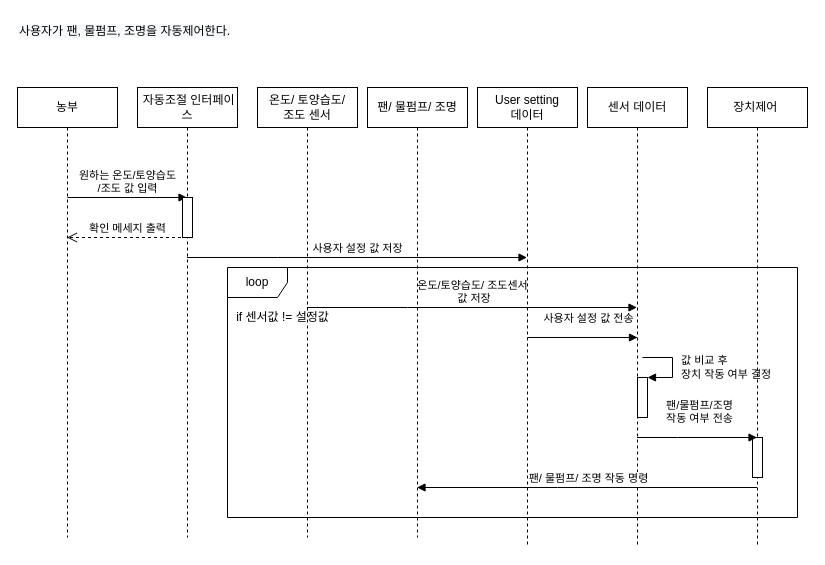
The draw.io diagram 5주차/auto_sqd.drawio in sonmyungwon/Software-Development, before the edit. Source tidied: cells renumbered, new cells numbered last; positions are measured from the earlier drawing's top-left corner, leaving out a move shared by most shapes. Both pictures are drawn from the tidied source at 100%, with x=0, y=0 at pixel (17, 17).
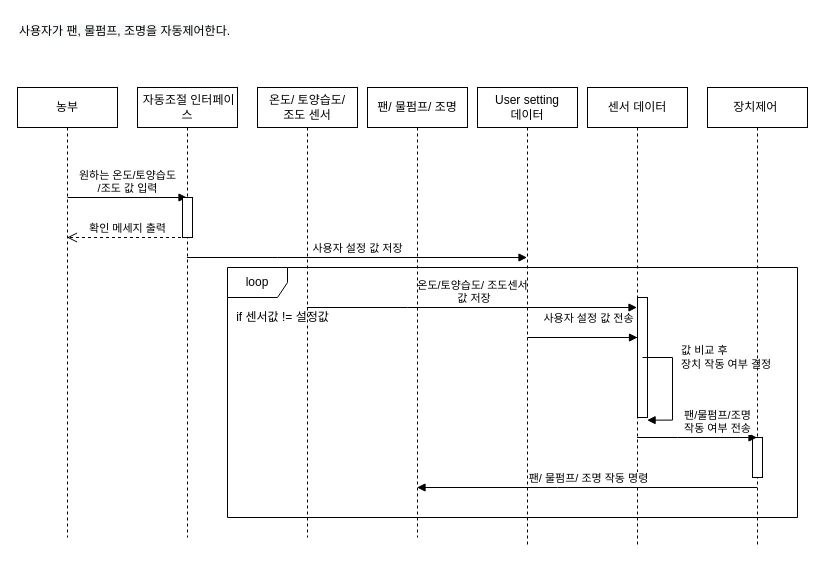
The same page after the edit.

Unchanged cells that the change refers to:
```xml
<mxCell id="9" value="센서 데이터" style="shape=umlLifeline;perimeter=lifelinePerimeter;whiteSpace=wrap;html=1;outlineConnect=0;" parent="1" vertex="1">
  <mxGeometry x="570" y="70" width="100" height="460" as="geometry" />
</mxCell>
<mxCell id="12" value="장치제어&amp;nbsp;" style="shape=umlLifeline;perimeter=lifelinePerimeter;whiteSpace=wrap;html=1;outlineConnect=0;" parent="1" vertex="1">
  <mxGeometry x="690" y="70" width="100" height="460" as="geometry" />
</mxCell>
```

Change to the diagram source:
```diff
@@
     <mxCell id="10" style="html=1;points=[];perimeter=orthogonalPerimeter;" parent="9" vertex="1">
-      <mxGeometry x="50" y="290" width="10" height="40" as="geometry" />
+      <mxGeometry x="50" y="210" width="10" height="120" as="geometry" />
     </mxCell>
-    <mxCell id="11" value="값 비교 후&amp;nbsp;&lt;br&gt;장치 작동 여부 결정" style="edgeStyle=orthogonalEdgeStyle;html=1;align=left;spacingLeft=2;endArrow=block;rounded=0;entryX=1;entryY=0;" parent="9" edge="1" target="10">
-      <mxGeometry x="0.07" y="5" relative="1" as="geometry">
+    <mxCell id="11" value="값 비교 후&amp;nbsp;&lt;br&gt;장치 작동 여부 결정" style="edgeStyle=orthogonalEdgeStyle;html=1;align=left;spacingLeft=2;endArrow=block;rounded=0;entryX=0.96;entryY=1.022;entryDx=0;entryDy=0;entryPerimeter=0;" parent="9" edge="1" target="10">
+      <mxGeometry x="-0.49" y="5" relative="1" as="geometry">
         <mxPoint x="55" y="270" as="sourcePoint" />
         <Array as="points">
           <mxPoint x="85" y="270" />
+          <mxPoint x="85" y="333" />
         </Array>
       </mxGeometry>
     </mxCell>
@@
     <mxCell id="18" value="팬/물펌프/조명 &lt;br&gt;작동 여부 전송" style="html=1;verticalAlign=bottom;endArrow=block;rounded=0;" parent="1" edge="1" source="9" target="12">
-      <mxGeometry x="0.01" y="10" relative="1" as="geometry">
+      <mxGeometry x="0.34" relative="1" as="geometry">
         <Array as="points">
           <mxPoint x="660" y="420" />
         </Array>
-        <mxPoint x="1" as="offset" />
       </mxGeometry>
     </mxCell>
```
